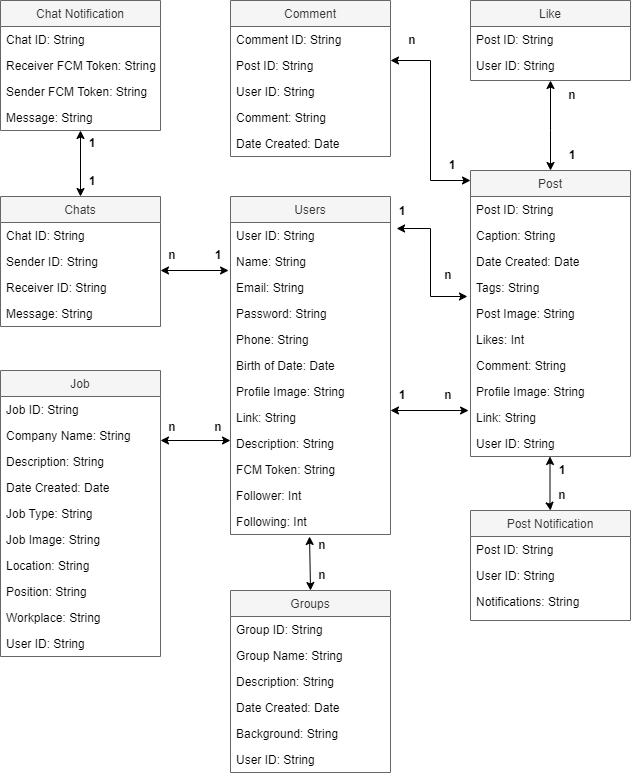
Above: JobSharing Class Diagram.drawio.png in lil-dua/JobSharing (draw.io), before the change. Source tidied: cells renumbered, new cells last; positions are measured from the earlier drawing's top-left corner, leaving out a move shared by most shapes.
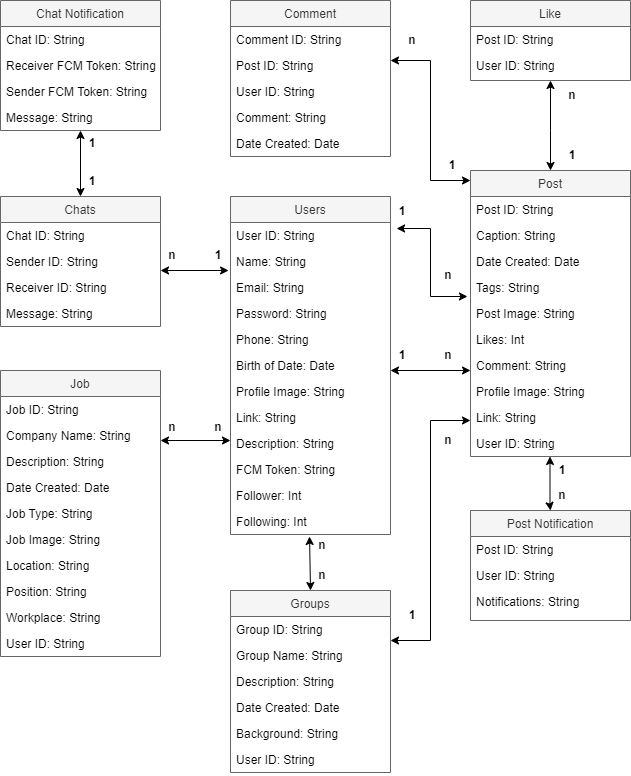
After the commit.

Change to the diagram source:
```diff
@@ -155,8 +155,10 @@
     <mxCell id="52" value="&lt;b&gt;n&lt;/b&gt;" style="text;html=1;strokeColor=none;fillColor=none;align=center;verticalAlign=middle;whiteSpace=wrap;rounded=0;" parent="1" vertex="1">
       <mxGeometry x="206" y="412" width="24" height="30" as="geometry" />
     </mxCell>
-    <mxCell id="53" style="endArrow=classic;startArrow=classic;html=1;rounded=0;exitX=0;exitY=1;exitDx=0;exitDy=0;entryX=-0.012;entryY=0.231;entryDx=0;entryDy=0;entryPerimeter=0;" parent="1" edge="1" source="55" target="24">
-      <mxGeometry relative="1" as="geometry" />
+    <mxCell id="53" style="endArrow=classic;startArrow=classic;html=1;rounded=0;exitX=0;exitY=1;exitDx=0;exitDy=0;" parent="1" edge="1" source="55">
+      <mxGeometry relative="1" as="geometry">
+        <mxPoint x="470" y="370" as="targetPoint" />
+      </mxGeometry>
     </mxCell>
     <mxCell id="54" style="endArrow=classic;startArrow=classic;html=1;rounded=0;exitX=1.038;exitY=0.231;exitDx=0;exitDy=0;exitPerimeter=0;entryX=-0.019;entryY=0.846;entryDx=0;entryDy=0;entryPerimeter=0;" parent="1" edge="1" source="3" target="19">
       <mxGeometry relative="1" as="geometry">
@@ -167,10 +169,10 @@
       </mxGeometry>
     </mxCell>
     <mxCell id="55" value="&lt;b&gt;1&lt;/b&gt;" style="text;html=1;strokeColor=none;fillColor=none;align=center;verticalAlign=middle;whiteSpace=wrap;rounded=0;" parent="1" vertex="1">
-      <mxGeometry x="390" y="380" width="24" height="30" as="geometry" />
+      <mxGeometry x="390" y="340" width="24" height="30" as="geometry" />
     </mxCell>
     <mxCell id="56" value="&lt;b&gt;n&lt;/b&gt;" style="text;html=1;strokeColor=none;fillColor=none;align=center;verticalAlign=middle;whiteSpace=wrap;rounded=0;" parent="1" vertex="1">
-      <mxGeometry x="436" y="380" width="24" height="30" as="geometry" />
+      <mxGeometry x="436" y="340" width="24" height="30" as="geometry" />
     </mxCell>
     <mxCell id="57" value="Post Notification" style="swimlane;fontStyle=0;align=center;verticalAlign=top;horizontal=1;startSize=26;rounded=0;shadow=0;strokeWidth=1;fillColor=#f5f5f5;fontColor=#333333;strokeColor=#666666;" parent="1" vertex="1">
       <mxGeometry x="470" y="510" width="160" height="110" as="geometry" />
@@ -308,5 +310,20 @@
     <mxCell id="93" value="&lt;b&gt;n&lt;/b&gt;" style="text;html=1;strokeColor=none;fillColor=none;align=center;verticalAlign=middle;whiteSpace=wrap;rounded=0;" parent="1" vertex="1">
       <mxGeometry x="550" y="480" width="24" height="30" as="geometry" />
     </mxCell>
+    <mxCell id="94" style="endArrow=classic;startArrow=classic;html=1;rounded=0;exitX=0;exitY=1;exitDx=0;exitDy=0;entryX=0;entryY=0.615;entryDx=0;entryDy=0;entryPerimeter=0;" parent="1" edge="1" target="24">
+      <mxGeometry relative="1" as="geometry">
+        <mxPoint x="390" y="640" as="sourcePoint" />
+        <Array as="points">
+          <mxPoint x="430" y="640" />
+          <mxPoint x="430" y="420" />
+        </Array>
+      </mxGeometry>
+    </mxCell>
+    <mxCell id="95" value="&lt;b&gt;n&lt;/b&gt;" style="text;html=1;strokeColor=none;fillColor=none;align=center;verticalAlign=middle;whiteSpace=wrap;rounded=0;" parent="1" vertex="1">
+      <mxGeometry x="436" y="424.5" width="24" height="30" as="geometry" />
+    </mxCell>
+    <mxCell id="96" value="&lt;b&gt;1&lt;/b&gt;" style="text;html=1;strokeColor=none;fillColor=none;align=center;verticalAlign=middle;whiteSpace=wrap;rounded=0;" parent="1" vertex="1">
+      <mxGeometry x="400" y="600" width="24" height="30" as="geometry" />
+    </mxCell>
   </root>
 </mxGraphModel>
```
